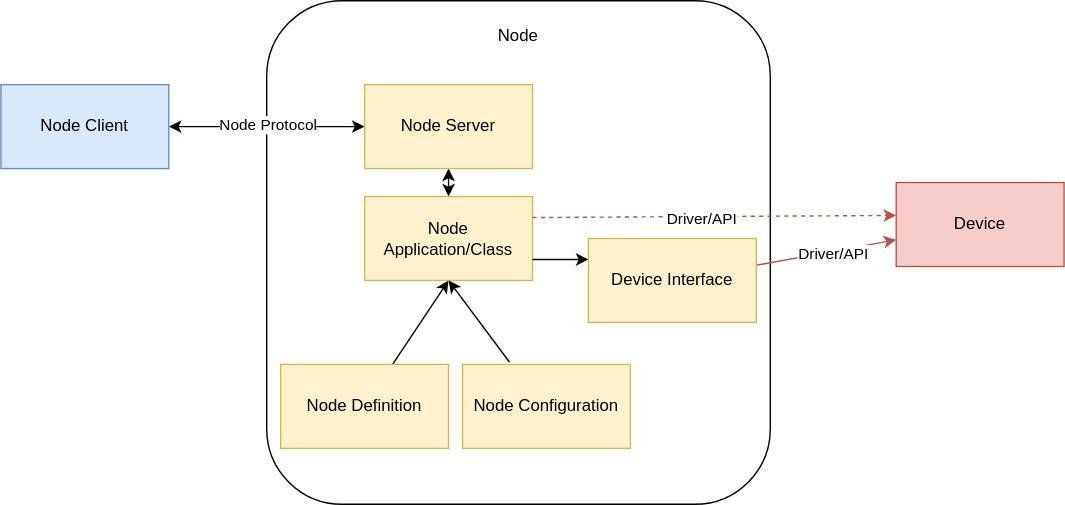
Above: example_lab/notebooks/assets/drawio/node_detail.drawio.svg in AD-SDL/MADSci (draw.io), before the change. Source tidied: cells renumbered, new cells last; positions are measured from the earlier drawing's top-left corner, leaving out a move shared by most shapes.
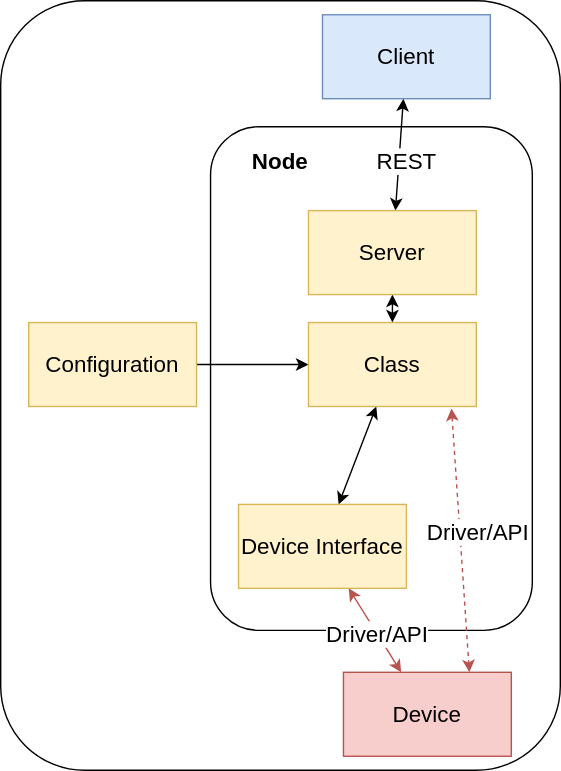
The same file after the commit.

Change to the diagram source:
```diff
@@ -2,64 +2,63 @@
   <root>
     <mxCell id="0" />
     <mxCell id="1" parent="0" />
+    <mxCell id="21" style="rounded=1;whiteSpace=wrap;html=1;fontSize=16;" parent="1" vertex="1">
+      <mxGeometry x="40" y="-90" width="400" height="550" as="geometry" />
+    </mxCell>
-    <mxCell id="2" style="rounded=1;whiteSpace=wrap;html=1;" parent="1" vertex="1">
-      <mxGeometry x="190" width="360" height="360" as="geometry" />
+    <mxCell id="2" style="rounded=1;whiteSpace=wrap;html=1;fontSize=16;" parent="1" vertex="1">
+      <mxGeometry x="190" width="230" height="360" as="geometry" />
     </mxCell>
-    <mxCell id="3" style="edgeStyle=none;html=1;startArrow=classic;startFill=1;" parent="1" edge="1" source="5" target="7">
+    <mxCell id="3" style="edgeStyle=none;html=1;startArrow=classic;startFill=1;fontSize=16;" parent="1" edge="1" source="5" target="7">
       <mxGeometry relative="1" as="geometry" />
     </mxCell>
-    <mxCell id="4" value="Node Protocol" style="edgeLabel;html=1;align=center;verticalAlign=middle;" parent="3" vertex="1">
+    <mxCell id="4" value="REST" style="edgeLabel;html=1;align=center;verticalAlign=middle;fontSize=16;" parent="3" vertex="1">
       <mxGeometry x="-0.27" y="1" relative="1" as="geometry">
-        <mxPoint x="20" as="offset" />
+        <mxPoint x="3" y="16" as="offset" />
       </mxGeometry>
     </mxCell>
-    <mxCell id="5" value="Node Client" style="rounded=0;whiteSpace=wrap;html=1;fillColor=#dae8fc;strokeColor=#6c8ebf;" parent="1" vertex="1">
-      <mxGeometry y="60" width="120" height="60" as="geometry" />
+    <mxCell id="5" value="Client" style="rounded=0;whiteSpace=wrap;html=1;fillColor=#dae8fc;strokeColor=#6c8ebf;fontSize=16;" parent="1" vertex="1">
+      <mxGeometry x="270" y="-80" width="120" height="60" as="geometry" />
     </mxCell>
-    <mxCell id="6" style="edgeStyle=none;html=1;exitX=0.5;exitY=1;exitDx=0;exitDy=0;entryX=0.5;entryY=0;entryDx=0;entryDy=0;startArrow=classic;startFill=1;shadow=0;" parent="1" edge="1" source="7" target="9">
+    <mxCell id="6" style="edgeStyle=none;html=1;exitX=0.5;exitY=1;exitDx=0;exitDy=0;entryX=0.5;entryY=0;entryDx=0;entryDy=0;startArrow=classic;startFill=1;shadow=0;fontSize=16;" parent="1" edge="1" source="7" target="9">
       <mxGeometry relative="1" as="geometry" />
     </mxCell>
-    <mxCell id="7" value="Node Server" style="rounded=0;whiteSpace=wrap;html=1;fillColor=#fff2cc;strokeColor=#d6b656;" parent="1" vertex="1">
+    <mxCell id="7" value="Server" style="rounded=0;whiteSpace=wrap;html=1;fillColor=#fff2cc;strokeColor=#d6b656;fontSize=16;" parent="1" vertex="1">
       <mxGeometry x="260" y="60" width="120" height="60" as="geometry" />
     </mxCell>
-    <mxCell id="8" style="edgeStyle=none;html=1;exitX=0.5;exitY=1;exitDx=0;exitDy=0;startArrow=classic;startFill=1;endArrow=none;endFill=0;" parent="1" edge="1" source="9" target="13">
+    <mxCell id="8" style="edgeStyle=none;html=1;exitX=0;exitY=0.5;exitDx=0;exitDy=0;startArrow=classic;startFill=1;endArrow=none;endFill=0;fontSize=16;" parent="1" edge="1" source="9" target="13">
       <mxGeometry relative="1" as="geometry" />
     </mxCell>
+    <mxCell id="16" style="edgeStyle=none;html=1;startArrow=classic;startFill=1;" parent="1" edge="1" source="9" target="12">
+      <mxGeometry relative="1" as="geometry" />
+    </mxCell>
-    <mxCell id="9" value="Node Application/Class" style="rounded=0;whiteSpace=wrap;html=1;fillColor=#fff2cc;strokeColor=#d6b656;" parent="1" vertex="1">
+    <mxCell id="9" value="Class" style="rounded=0;whiteSpace=wrap;html=1;fillColor=#fff2cc;strokeColor=#d6b656;fontSize=16;" parent="1" vertex="1">
       <mxGeometry x="260" y="140" width="120" height="60" as="geometry" />
     </mxCell>
-    <mxCell id="10" style="edgeStyle=none;html=1;fillColor=#f8cecc;strokeColor=#b85450;" parent="1" edge="1" source="12" target="17">
+    <mxCell id="10" style="edgeStyle=none;html=1;fillColor=#f8cecc;strokeColor=#b85450;fontSize=16;startArrow=classic;startFill=1;" parent="1" edge="1" source="12" target="17">
       <mxGeometry relative="1" as="geometry" />
     </mxCell>
-    <mxCell id="11" value="Driver/API" style="edgeLabel;html=1;align=center;verticalAlign=middle;" parent="10" vertex="1">
+    <mxCell id="11" value="Driver/API" style="edgeLabel;html=1;align=center;verticalAlign=middle;fontSize=16;" parent="10" vertex="1">
       <mxGeometry x="0.08" y="-1" relative="1" as="geometry" />
     </mxCell>
-    <mxCell id="12" value="Device Interface" style="rounded=0;whiteSpace=wrap;html=1;fillColor=#fff2cc;strokeColor=#d6b656;" parent="1" vertex="1">
-      <mxGeometry x="420" y="170" width="120" height="60" as="geometry" />
+    <mxCell id="12" value="Device Interface" style="rounded=0;whiteSpace=wrap;html=1;fillColor=#fff2cc;strokeColor=#d6b656;fontSize=16;" parent="1" vertex="1">
+      <mxGeometry x="210" y="270" width="120" height="60" as="geometry" />
     </mxCell>
-    <mxCell id="13" value="Node Definition" style="rounded=0;whiteSpace=wrap;html=1;fillColor=#fff2cc;strokeColor=#d6b656;" parent="1" vertex="1">
-      <mxGeometry x="200" y="260" width="120" height="60" as="geometry" />
+    <mxCell id="13" value="Configuration" style="rounded=0;whiteSpace=wrap;html=1;fillColor=#fff2cc;strokeColor=#d6b656;fontSize=16;" parent="1" vertex="1">
+      <mxGeometry x="60" y="140" width="120" height="60" as="geometry" />
     </mxCell>
-    <mxCell id="14" value="Node Configuration" style="rounded=0;whiteSpace=wrap;html=1;fillColor=#fff2cc;strokeColor=#d6b656;" parent="1" vertex="1">
-      <mxGeometry x="330" y="260" width="120" height="60" as="geometry" />
-    </mxCell>
-    <mxCell id="15" style="edgeStyle=none;html=1;exitX=0.5;exitY=1;exitDx=0;exitDy=0;entryX=0.279;entryY=-0.029;entryDx=0;entryDy=0;entryPerimeter=0;startArrow=classic;startFill=1;endArrow=none;endFill=0;" parent="1" edge="1" source="9" target="14">
-      <mxGeometry relative="1" as="geometry" />
-    </mxCell>
-    <mxCell id="16" style="edgeStyle=none;html=1;exitX=1;exitY=0.75;exitDx=0;exitDy=0;entryX=0;entryY=0.25;entryDx=0;entryDy=0;" parent="1" edge="1" source="9" target="12">
-      <mxGeometry relative="1" as="geometry" />
-    </mxCell>
-    <mxCell id="17" value="Device" style="rounded=0;whiteSpace=wrap;html=1;fillColor=#f8cecc;strokeColor=#b85450;" parent="1" vertex="1">
-      <mxGeometry x="640" y="130" width="120" height="60" as="geometry" />
+    <mxCell id="17" value="Device" style="rounded=0;whiteSpace=wrap;html=1;fillColor=#f8cecc;strokeColor=#b85450;fontSize=16;" parent="1" vertex="1">
+      <mxGeometry x="285" y="390" width="120" height="60" as="geometry" />
     </mxCell>
-    <mxCell id="18" style="edgeStyle=none;html=1;exitX=1;exitY=0.25;exitDx=0;exitDy=0;entryX=0;entryY=0.392;entryDx=0;entryDy=0;entryPerimeter=0;dashed=1;fillColor=#f8cecc;strokeColor=#b85450;" parent="1" edge="1" source="9" target="17">
+    <mxCell id="18" style="edgeStyle=none;html=1;entryX=0.75;entryY=0;entryDx=0;entryDy=0;dashed=1;fillColor=#f8cecc;strokeColor=#b85450;fontSize=16;startArrow=classic;startFill=1;exitX=0.852;exitY=1.023;exitDx=0;exitDy=0;exitPerimeter=0;" parent="1" edge="1" source="9" target="17">
       <mxGeometry relative="1" as="geometry" />
     </mxCell>
-    <mxCell id="19" value="Driver/API" style="edgeLabel;html=1;align=center;verticalAlign=middle;" parent="18" vertex="1">
-      <mxGeometry x="-0.07" y="-1" relative="1" as="geometry" />
+    <mxCell id="19" value="Driver/API" style="edgeLabel;html=1;align=center;verticalAlign=middle;fontSize=16;" parent="18" vertex="1">
+      <mxGeometry x="-0.07" y="-1" relative="1" as="geometry">
+        <mxPoint x="13" as="offset" />
+      </mxGeometry>
     </mxCell>
-    <mxCell id="20" value="Node" style="text;html=1;align=center;verticalAlign=middle;whiteSpace=wrap;rounded=0;" parent="1" vertex="1">
-      <mxGeometry x="340" y="10" width="60" height="30" as="geometry" />
+    <mxCell id="20" value="Node" style="text;html=1;align=center;verticalAlign=middle;whiteSpace=wrap;rounded=0;fontSize=16;fontStyle=1;" parent="1" vertex="1">
+      <mxGeometry x="210" y="10" width="60" height="30" as="geometry" />
     </mxCell>
   </root>
 </mxGraphModel>
```
